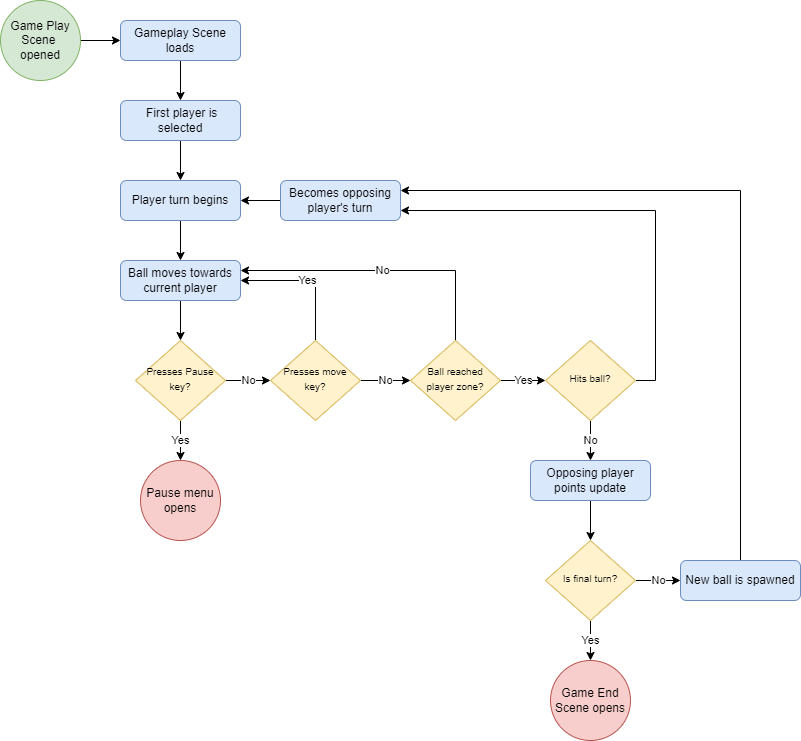
This is GameplayScene.png from zkturman/TiltaPong, a draw.io export, as it was before one commit. Source tidied: cells renumbered, new cells last; positions are measured from the earlier drawing's top-left corner, leaving out a move shared by most shapes.
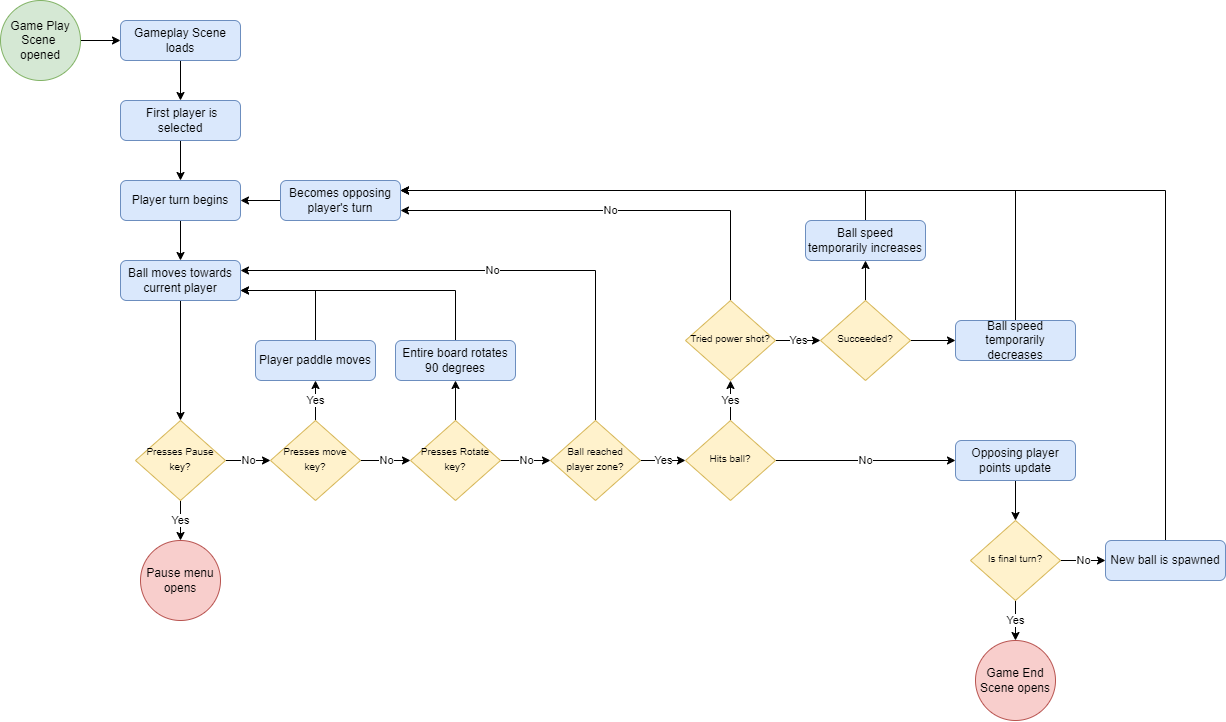
The same diagram one commit later.

The edit, as a diff of the source:
```diff
@@ -8,14 +8,14 @@
     <mxCell id="3" value="Game Play Scene&amp;nbsp;&lt;br&gt;opened" style="ellipse;whiteSpace=wrap;html=1;fillColor=#d5e8d4;strokeColor=#82b366;" parent="1" vertex="1">
       <mxGeometry width="80" height="80" as="geometry" />
     </mxCell>
+    <mxCell id="35" value="Yes" style="edgeStyle=orthogonalEdgeStyle;rounded=0;jettySize=auto;html=1;" parent="1" edge="1" source="6" target="46">
+      <mxGeometry relative="1" as="geometry" />
+    </mxCell>
-    <mxCell id="4" value="No" style="edgeStyle=orthogonalEdgeStyle;rounded=0;jettySize=auto;html=1;exitX=0.5;exitY=1;exitDx=0;exitDy=0;entryX=0.5;entryY=0;entryDx=0;entryDy=0;" parent="1" edge="1" source="6" target="20">
+    <mxCell id="4" value="No" style="edgeStyle=orthogonalEdgeStyle;rounded=0;jettySize=auto;html=1;exitX=1;exitY=0.5;exitDx=0;exitDy=0;entryX=0;entryY=0.5;entryDx=0;entryDy=0;" parent="1" edge="1" source="6" target="20">
       <mxGeometry relative="1" as="geometry" />
     </mxCell>
-    <mxCell id="5" style="edgeStyle=orthogonalEdgeStyle;rounded=0;jettySize=auto;html=1;exitX=1;exitY=0.5;exitDx=0;exitDy=0;entryX=1;entryY=0.75;entryDx=0;entryDy=0;" parent="1" edge="1" source="6" target="12">
-      <mxGeometry relative="1" as="geometry" />
-    </mxCell>
     <mxCell id="6" value="&lt;span style=&quot;font-size: 10px&quot;&gt;Hits ball?&lt;/span&gt;" style="rhombus;whiteSpace=wrap;html=1;shadow=0;fontFamily=Helvetica;fontSize=12;align=center;strokeWidth=1;spacing=6;spacingTop=-4;fillColor=#fff2cc;strokeColor=#d6b656;" parent="1" vertex="1">
-      <mxGeometry x="545" y="340" width="90" height="80" as="geometry" />
+      <mxGeometry x="685" y="420" width="90" height="80" as="geometry" />
     </mxCell>
     <mxCell id="7" style="edgeStyle=orthogonalEdgeStyle;rounded=0;jettySize=auto;html=1;" parent="1" edge="1" source="8" target="14">
       <mxGeometry relative="1" as="geometry" />
@@ -48,16 +48,16 @@
       <mxGeometry relative="1" as="geometry" />
     </mxCell>
     <mxCell id="17" value="&lt;span style=&quot;font-size: 10px&quot;&gt;Presses Pause key?&lt;/span&gt;" style="rhombus;whiteSpace=wrap;html=1;shadow=0;fontFamily=Helvetica;fontSize=12;align=center;strokeWidth=1;spacing=6;spacingTop=-4;fillColor=#fff2cc;strokeColor=#d6b656;" parent="1" vertex="1">
-      <mxGeometry x="135" y="340" width="90" height="80" as="geometry" />
+      <mxGeometry x="135" y="420" width="90" height="80" as="geometry" />
     </mxCell>
     <mxCell id="18" value="Pause menu opens" style="ellipse;whiteSpace=wrap;html=1;fillColor=#f8cecc;strokeColor=#b85450;" parent="1" vertex="1">
-      <mxGeometry x="140" y="460" width="80" height="80" as="geometry" />
+      <mxGeometry x="140" y="540" width="80" height="80" as="geometry" />
     </mxCell>
     <mxCell id="19" style="edgeStyle=orthogonalEdgeStyle;rounded=0;jettySize=auto;html=1;" parent="1" edge="1" source="20" target="25">
       <mxGeometry relative="1" as="geometry" />
     </mxCell>
     <mxCell id="20" value="Opposing player points update" style="rounded=1;whiteSpace=wrap;html=1;fillColor=#dae8fc;strokeColor=#6c8ebf;" parent="1" vertex="1">
-      <mxGeometry x="530" y="460" width="120" height="40" as="geometry" />
+      <mxGeometry x="955" y="440" width="120" height="40" as="geometry" />
     </mxCell>
     <mxCell id="21" style="edgeStyle=orthogonalEdgeStyle;rounded=0;jettySize=auto;html=1;exitX=0.5;exitY=1;exitDx=0;exitDy=0;entryX=0.5;entryY=0;entryDx=0;entryDy=0;" parent="1" edge="1" source="22" target="17">
       <mxGeometry relative="1" as="geometry" />
@@ -72,19 +72,19 @@
       <mxGeometry relative="1" as="geometry" />
     </mxCell>
     <mxCell id="25" value="&lt;span style=&quot;font-size: 10px&quot;&gt;Is final turn?&lt;/span&gt;" style="rhombus;whiteSpace=wrap;html=1;shadow=0;fontFamily=Helvetica;fontSize=12;align=center;strokeWidth=1;spacing=6;spacingTop=-4;fillColor=#fff2cc;strokeColor=#d6b656;" parent="1" vertex="1">
-      <mxGeometry x="545" y="540" width="90" height="80" as="geometry" />
+      <mxGeometry x="970" y="520" width="90" height="80" as="geometry" />
     </mxCell>
     <mxCell id="26" value="Game End Scene opens" style="ellipse;whiteSpace=wrap;html=1;fillColor=#f8cecc;strokeColor=#b85450;" parent="1" vertex="1">
-      <mxGeometry x="550" y="660" width="80" height="80" as="geometry" />
+      <mxGeometry x="975" y="640" width="80" height="80" as="geometry" />
     </mxCell>
-    <mxCell id="27" value="Yes" style="edgeStyle=orthogonalEdgeStyle;rounded=0;jettySize=auto;html=1;exitX=0.5;exitY=0;exitDx=0;exitDy=0;entryX=1;entryY=0.5;entryDx=0;entryDy=0;" parent="1" edge="1" source="29" target="22">
+    <mxCell id="27" value="Yes" style="edgeStyle=orthogonalEdgeStyle;rounded=0;jettySize=auto;html=1;exitX=0.5;exitY=0;exitDx=0;exitDy=0;entryX=0.5;entryY=1;entryDx=0;entryDy=0;" parent="1" edge="1" source="29" target="41">
       <mxGeometry relative="1" as="geometry" />
     </mxCell>
-    <mxCell id="28" value="No" style="edgeStyle=orthogonalEdgeStyle;rounded=0;jettySize=auto;html=1;" parent="1" edge="1" source="29" target="32">
-      <mxGeometry relative="1" as="geometry" />
-    </mxCell>
+    <mxCell id="36" value="No" style="edgeStyle=orthogonalEdgeStyle;rounded=0;jettySize=auto;html=1;exitX=1;exitY=0.5;exitDx=0;exitDy=0;" parent="1" edge="1" source="29" target="39">
+      <mxGeometry relative="1" as="geometry" />
+    </mxCell>
     <mxCell id="29" value="&lt;span style=&quot;font-size: 10px&quot;&gt;Presses move key?&lt;/span&gt;" style="rhombus;whiteSpace=wrap;html=1;shadow=0;fontFamily=Helvetica;fontSize=12;align=center;strokeWidth=1;spacing=6;spacingTop=-4;fillColor=#fff2cc;strokeColor=#d6b656;" parent="1" vertex="1">
-      <mxGeometry x="270" y="340" width="90" height="80" as="geometry" />
+      <mxGeometry x="270" y="420" width="90" height="80" as="geometry" />
     </mxCell>
     <mxCell id="30" value="Yes" style="edgeStyle=orthogonalEdgeStyle;rounded=0;jettySize=auto;html=1;" parent="1" edge="1" source="32" target="6">
       <mxGeometry relative="1" as="geometry" />
@@ -93,17 +93,78 @@
       <mxGeometry relative="1" as="geometry" />
     </mxCell>
     <mxCell id="32" value="&lt;span style=&quot;font-size: 10px&quot;&gt;Ball reached player zone?&lt;/span&gt;" style="rhombus;whiteSpace=wrap;html=1;shadow=0;fontFamily=Helvetica;fontSize=12;align=center;strokeWidth=1;spacing=6;spacingTop=-4;fillColor=#fff2cc;strokeColor=#d6b656;" parent="1" vertex="1">
-      <mxGeometry x="410" y="340" width="90" height="80" as="geometry" />
+      <mxGeometry x="550" y="420" width="90" height="80" as="geometry" />
     </mxCell>
-    <mxCell id="33" style="edgeStyle=orthogonalEdgeStyle;rounded=0;jettySize=auto;html=1;entryX=1;entryY=0.25;entryDx=0;entryDy=0;" parent="1" edge="1" source="34" target="12">
+    <mxCell id="33" style="edgeStyle=orthogonalEdgeStyle;rounded=0;jettySize=auto;html=1;entryX=1;entryY=0.25;entryDx=0;entryDy=0;exitX=0.5;exitY=0;exitDx=0;exitDy=0;" parent="1" edge="1" source="34" target="12">
       <mxGeometry relative="1" as="geometry">
         <Array as="points">
-          <mxPoint x="740" y="190" />
+          <mxPoint x="1165" y="190" />
         </Array>
       </mxGeometry>
     </mxCell>
     <mxCell id="34" value="New ball is spawned" style="rounded=1;whiteSpace=wrap;html=1;fillColor=#dae8fc;strokeColor=#6c8ebf;" parent="1" vertex="1">
-      <mxGeometry x="680" y="560" width="120" height="40" as="geometry" />
+      <mxGeometry x="1105" y="540" width="120" height="40" as="geometry" />
     </mxCell>
+    <mxCell id="37" value="No" style="edgeStyle=orthogonalEdgeStyle;rounded=0;jettySize=auto;html=1;exitX=1;exitY=0.5;exitDx=0;exitDy=0;entryX=0;entryY=0.5;entryDx=0;entryDy=0;" parent="1" edge="1" source="39" target="32">
+      <mxGeometry relative="1" as="geometry" />
+    </mxCell>
+    <mxCell id="38" style="edgeStyle=orthogonalEdgeStyle;rounded=0;jettySize=auto;html=1;" parent="1" edge="1" source="39" target="43">
+      <mxGeometry relative="1" as="geometry" />
+    </mxCell>
+    <mxCell id="39" value="&lt;span style=&quot;font-size: 10px&quot;&gt;Presses Rotate key?&lt;/span&gt;" style="rhombus;whiteSpace=wrap;html=1;shadow=0;fontFamily=Helvetica;fontSize=12;align=center;strokeWidth=1;spacing=6;spacingTop=-4;fillColor=#fff2cc;strokeColor=#d6b656;" parent="1" vertex="1">
+      <mxGeometry x="410" y="420" width="90" height="80" as="geometry" />
+    </mxCell>
+    <mxCell id="40" style="edgeStyle=orthogonalEdgeStyle;rounded=0;jettySize=auto;html=1;exitX=0.5;exitY=0;exitDx=0;exitDy=0;entryX=1;entryY=0.75;entryDx=0;entryDy=0;" parent="1" edge="1" source="41" target="22">
+      <mxGeometry relative="1" as="geometry" />
+    </mxCell>
+    <mxCell id="41" value="Player paddle moves" style="rounded=1;whiteSpace=wrap;html=1;fillColor=#dae8fc;strokeColor=#6c8ebf;" parent="1" vertex="1">
+      <mxGeometry x="255" y="340" width="120" height="40" as="geometry" />
+    </mxCell>
+    <mxCell id="42" style="edgeStyle=orthogonalEdgeStyle;rounded=0;jettySize=auto;html=1;exitX=0.5;exitY=0;exitDx=0;exitDy=0;" parent="1" edge="1" source="43">
+      <mxGeometry relative="1" as="geometry">
+        <mxPoint x="240" y="290" as="targetPoint" />
+        <Array as="points">
+          <mxPoint x="455" y="290" />
+        </Array>
+      </mxGeometry>
+    </mxCell>
+    <mxCell id="43" value="Entire board rotates 90 degrees" style="rounded=1;whiteSpace=wrap;html=1;fillColor=#dae8fc;strokeColor=#6c8ebf;" parent="1" vertex="1">
+      <mxGeometry x="395" y="340" width="120" height="40" as="geometry" />
+    </mxCell>
+    <mxCell id="44" value="Yes" style="edgeStyle=orthogonalEdgeStyle;rounded=0;jettySize=auto;html=1;" parent="1" edge="1" source="46" target="49">
+      <mxGeometry relative="1" as="geometry" />
+    </mxCell>
+    <mxCell id="45" value="No" style="edgeStyle=orthogonalEdgeStyle;rounded=0;jettySize=auto;html=1;exitX=0.5;exitY=0;exitDx=0;exitDy=0;entryX=1;entryY=0.75;entryDx=0;entryDy=0;" parent="1" edge="1" source="46" target="12">
+      <mxGeometry relative="1" as="geometry" />
+    </mxCell>
+    <mxCell id="46" value="&lt;span style=&quot;font-size: 10px&quot;&gt;Tried power shot?&lt;/span&gt;" style="rhombus;whiteSpace=wrap;html=1;shadow=0;fontFamily=Helvetica;fontSize=12;align=center;strokeWidth=1;spacing=6;spacingTop=-4;fillColor=#fff2cc;strokeColor=#d6b656;" parent="1" vertex="1">
+      <mxGeometry x="685" y="300" width="90" height="80" as="geometry" />
+    </mxCell>
+    <mxCell id="47" style="edgeStyle=orthogonalEdgeStyle;rounded=0;jettySize=auto;html=1;" parent="1" edge="1" source="49" target="51">
+      <mxGeometry relative="1" as="geometry" />
+    </mxCell>
+    <mxCell id="48" style="edgeStyle=orthogonalEdgeStyle;rounded=0;jettySize=auto;html=1;" parent="1" edge="1" source="49" target="53">
+      <mxGeometry relative="1" as="geometry" />
+    </mxCell>
+    <mxCell id="49" value="&lt;span style=&quot;font-size: 10px&quot;&gt;Succeeded?&lt;/span&gt;" style="rhombus;whiteSpace=wrap;html=1;shadow=0;fontFamily=Helvetica;fontSize=12;align=center;strokeWidth=1;spacing=6;spacingTop=-4;fillColor=#fff2cc;strokeColor=#d6b656;" parent="1" vertex="1">
+      <mxGeometry x="820" y="300" width="90" height="80" as="geometry" />
+    </mxCell>
+    <mxCell id="50" style="edgeStyle=orthogonalEdgeStyle;rounded=0;jettySize=auto;html=1;exitX=0.5;exitY=0;exitDx=0;exitDy=0;entryX=1;entryY=0.25;entryDx=0;entryDy=0;" parent="1" edge="1" source="51" target="12">
+      <mxGeometry relative="1" as="geometry" />
+    </mxCell>
+    <mxCell id="51" value="Ball speed temporarily increases" style="rounded=1;whiteSpace=wrap;html=1;fillColor=#dae8fc;strokeColor=#6c8ebf;" parent="1" vertex="1">
+      <mxGeometry x="805" y="220" width="120" height="40" as="geometry" />
+    </mxCell>
+    <mxCell id="52" style="edgeStyle=orthogonalEdgeStyle;rounded=0;jettySize=auto;html=1;exitX=0.5;exitY=0;exitDx=0;exitDy=0;" parent="1" edge="1" source="53">
+      <mxGeometry relative="1" as="geometry">
+        <mxPoint x="400" y="190" as="targetPoint" />
+        <Array as="points">
+          <mxPoint x="1015" y="190" />
+        </Array>
+      </mxGeometry>
+    </mxCell>
+    <mxCell id="53" value="Ball speed temporarily decreases" style="rounded=1;whiteSpace=wrap;html=1;fillColor=#dae8fc;strokeColor=#6c8ebf;" parent="1" vertex="1">
+      <mxGeometry x="955" y="320" width="120" height="40" as="geometry" />
+    </mxCell>
   </root>
 </mxGraphModel>
```
